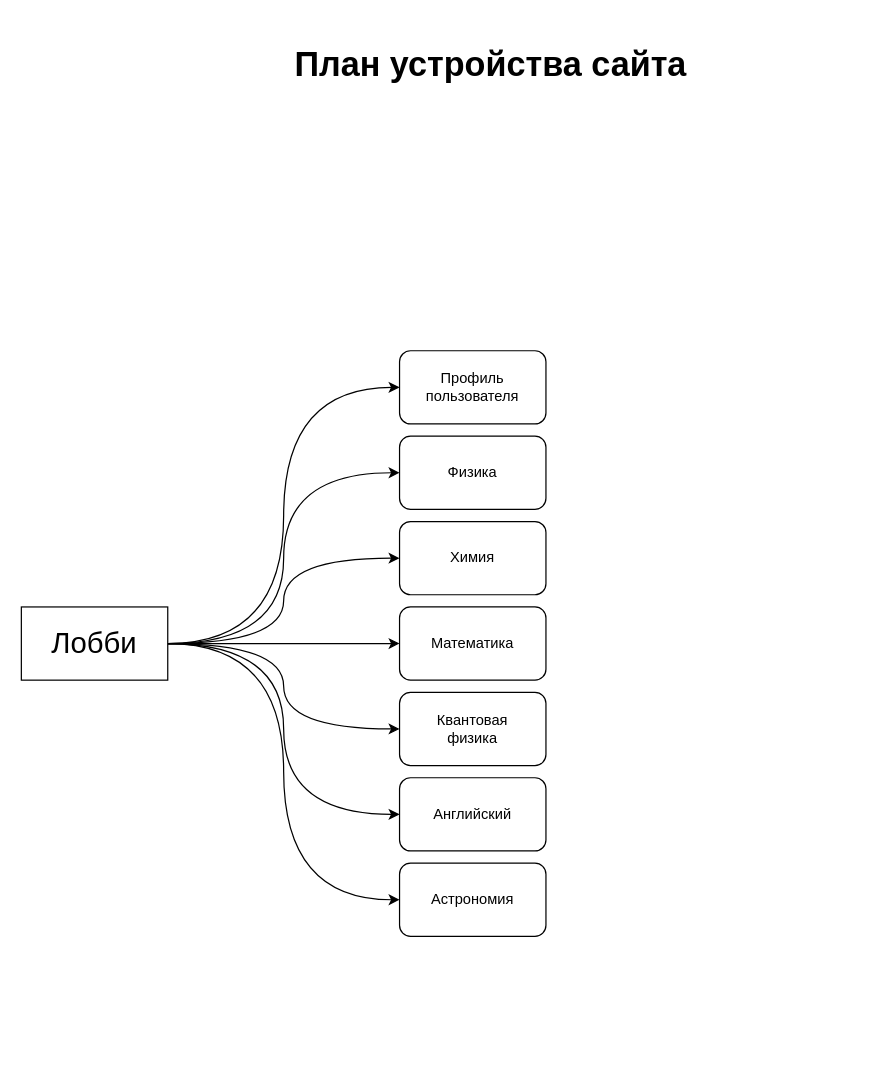
Above: other/plan.drawio in VolentCry/study_site (draw.io), before the change. Source tidied: cells renumbered, new cells numbered last; positions are measured from the earlier drawing's top-left corner, leaving out a move shared by most shapes. Both pictures are drawn from the tidied source at 122%, with x=0, y=0 at pixel (21, 21).
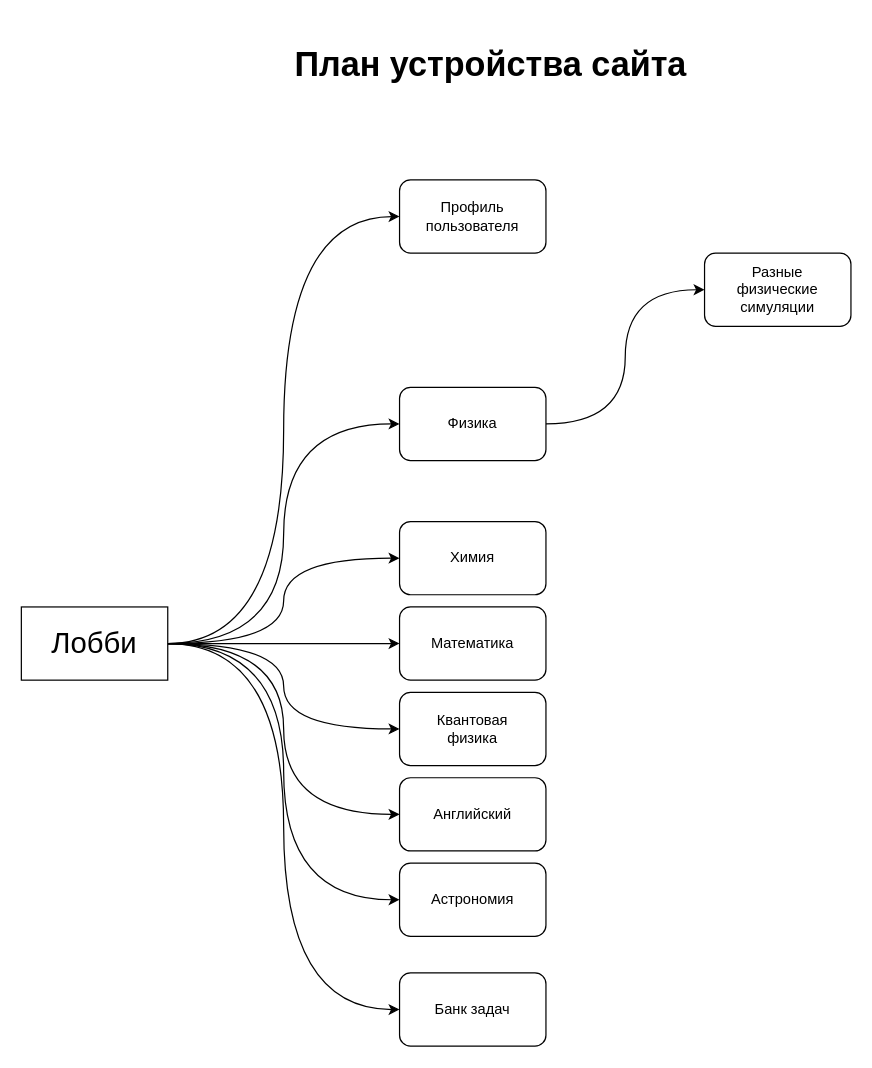
After the change.

Unchanged cells that the change refers to:
```xml
<mxCell id="10" value="Лобби" style="rounded=0;whiteSpace=wrap;html=1;fontSize=24;" parent="1" vertex="1">
  <mxGeometry y="480" width="120" height="60" as="geometry" />
</mxCell>
```

Diff of the diagram source:
```diff
@@
+    <mxCell id="18" style="edgeStyle=orthogonalEdgeStyle;html=1;entryX=0;entryY=0.5;entryDx=0;entryDy=0;curved=1;curveGeometry=1;" parent="1" edge="1" source="10" target="21">
+      <mxGeometry relative="1" as="geometry" />
+    </mxCell>
@@
     <mxCell id="11" value="Профиль&lt;div&gt;пользователя&lt;/div&gt;" style="rounded=1;whiteSpace=wrap;html=1;roundedPerimeter=1;" parent="1" vertex="1">
-      <mxGeometry x="310" y="270" width="120" height="60" as="geometry" />
+      <mxGeometry x="310" y="130" width="120" height="60" as="geometry" />
     </mxCell>
+    <mxCell id="19" style="edgeStyle=orthogonalEdgeStyle;html=1;entryX=0;entryY=0.5;entryDx=0;entryDy=0;curved=1;curveGeometry=1;" parent="1" edge="1" source="12" target="20">
+      <mxGeometry relative="1" as="geometry" />
+    </mxCell>
     <mxCell id="12" value="Физика" style="rounded=1;whiteSpace=wrap;html=1;roundedPerimeter=1;" parent="1" vertex="1">
-      <mxGeometry x="310" y="340" width="120" height="60" as="geometry" />
+      <mxGeometry x="310" y="300" width="120" height="60" as="geometry" />
     </mxCell>
@@
+    <mxCell id="20" value="Разные&lt;div&gt;физические&lt;/div&gt;&lt;div&gt;симуляции&lt;/div&gt;" style="rounded=1;whiteSpace=wrap;html=1;roundedPerimeter=1;" parent="1" vertex="1">
+      <mxGeometry x="560" y="190" width="120" height="60" as="geometry" />
+    </mxCell>
+    <mxCell id="21" value="Банк задач" style="rounded=1;whiteSpace=wrap;html=1;roundedPerimeter=1;" parent="1" vertex="1">
+      <mxGeometry x="310" y="780" width="120" height="60" as="geometry" />
+    </mxCell>
```
